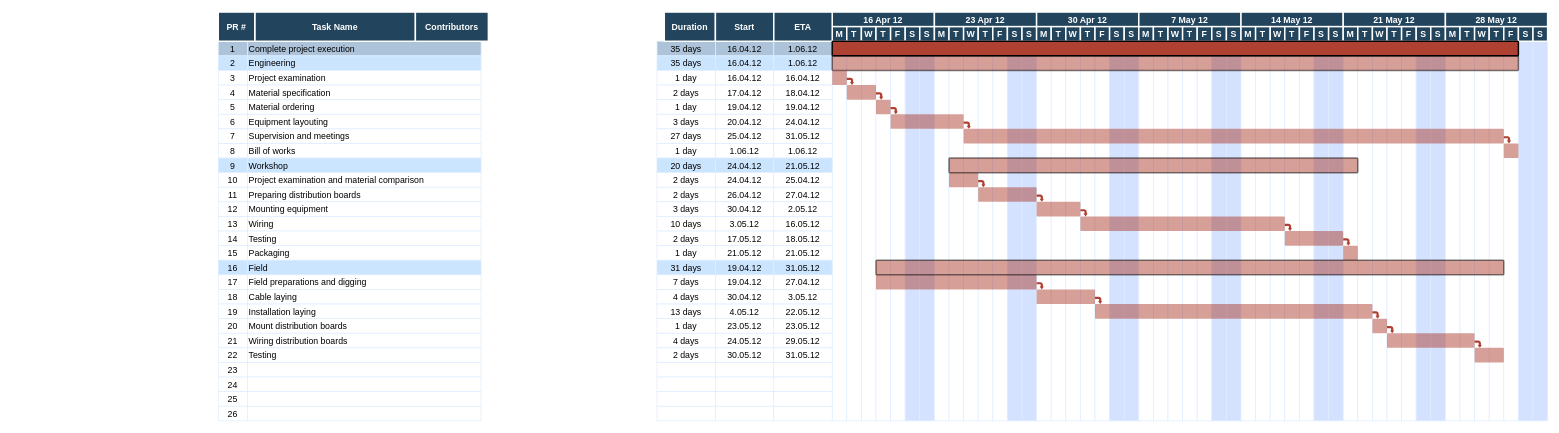
Before: diagrams/gantt/default.drawio in chris-ramon/design-doc-self-generator, a draw.io diagram. Source tidied: cells renumbered, new cells numbered last; positions are measured from the earlier drawing's top-left corner, leaving out a move shared by most shapes. Both pictures are drawn from the tidied source at 73%, with x=0, y=0 at pixel (218, 12).
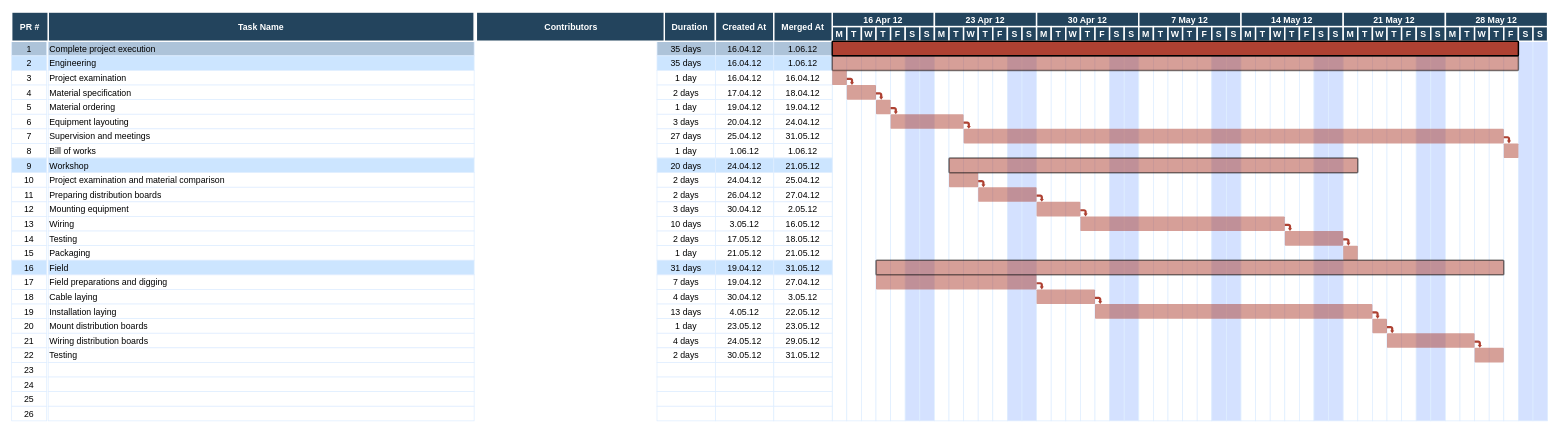
Above is the later version.

Commit message:
diagrams/gantt/default.drawio: updates template

The edit, as a diff of the source:
```diff
@@
     <mxCell id="2" value="1" style="strokeColor=#DEEDFF;fillColor=#ADC3D9;" parent="1" vertex="1">
-      <mxGeometry x="0.5" y="40" width="40" height="20" as="geometry" />
+      <mxGeometry x="-282.5" y="40" width="48" height="20" as="geometry" />
     </mxCell>
     <mxCell id="3" value="Complete project execution" style="align=left;strokeColor=#DEEDFF;fillColor=#ADC3D9;" parent="1" vertex="1">
-      <mxGeometry x="40.5" y="40" width="320" height="20" as="geometry" />
+      <mxGeometry x="-232.5" y="40" width="583.5" height="20" as="geometry" />
     </mxCell>
@@
     <mxCell id="8" value="2" style="strokeColor=#DEEDFF;fillColor=#CCE5FF;" parent="1" vertex="1">
-      <mxGeometry x="0.5" y="60" width="40" height="20" as="geometry" />
+      <mxGeometry x="-282.5" y="60" width="48" height="20" as="geometry" />
     </mxCell>
     <mxCell id="9" value="Engineering" style="align=left;strokeColor=#DEEDFF;fillColor=#CCE5FF;" parent="1" vertex="1">
-      <mxGeometry x="40.5" y="60" width="320" height="20" as="geometry" />
+      <mxGeometry x="-232.5" y="60" width="583.5" height="20" as="geometry" />
     </mxCell>
@@
     <mxCell id="13" value="3" style="strokeColor=#DEEDFF;" parent="1" vertex="1">
-      <mxGeometry x="0.5" y="80" width="40" height="20" as="geometry" />
+      <mxGeometry x="-282.5" y="80" width="48" height="20" as="geometry" />
     </mxCell>
     <mxCell id="14" value="Project examination" style="align=left;strokeColor=#DEEDFF;" parent="1" vertex="1">
-      <mxGeometry x="40.5" y="80" width="320" height="20" as="geometry" />
+      <mxGeometry x="-232.5" y="80" width="583.5" height="20" as="geometry" />
     </mxCell>
@@
     <mxCell id="18" value="4" style="strokeColor=#DEEDFF;" parent="1" vertex="1">
-      <mxGeometry x="0.5" y="100" width="40" height="20" as="geometry" />
+      <mxGeometry x="-282.5" y="100" width="48" height="20" as="geometry" />
     </mxCell>
     <mxCell id="19" value="Material specification" style="align=left;strokeColor=#DEEDFF;" parent="1" vertex="1">
-      <mxGeometry x="40.5" y="100" width="320" height="20" as="geometry" />
+      <mxGeometry x="-232.5" y="100" width="583.5" height="20" as="geometry" />
     </mxCell>
@@
     <mxCell id="23" value="5" style="strokeColor=#DEEDFF;" parent="1" vertex="1">
-      <mxGeometry x="0.5" y="120" width="40" height="20" as="geometry" />
+      <mxGeometry x="-282.5" y="120" width="48" height="20" as="geometry" />
     </mxCell>
     <mxCell id="24" value="Material ordering" style="align=left;strokeColor=#DEEDFF;" parent="1" vertex="1">
-      <mxGeometry x="40.5" y="120" width="320" height="20" as="geometry" />
+      <mxGeometry x="-232.5" y="120" width="583.5" height="20" as="geometry" />
     </mxCell>
@@
     <mxCell id="28" value="6" style="strokeColor=#DEEDFF;" parent="1" vertex="1">
-      <mxGeometry x="0.5" y="140" width="40" height="20" as="geometry" />
+      <mxGeometry x="-282.5" y="140" width="48" height="20" as="geometry" />
     </mxCell>
     <mxCell id="29" value="Equipment layouting" style="align=left;strokeColor=#DEEDFF;" parent="1" vertex="1">
-      <mxGeometry x="40.5" y="140" width="320" height="20" as="geometry" />
+      <mxGeometry x="-232.5" y="140" width="583.5" height="20" as="geometry" />
     </mxCell>
@@
     <mxCell id="33" value="7" style="strokeColor=#DEEDFF;" parent="1" vertex="1">
-      <mxGeometry x="0.5" y="160" width="40" height="20" as="geometry" />
+      <mxGeometry x="-282.5" y="160" width="48" height="20" as="geometry" />
     </mxCell>
     <mxCell id="34" value="Supervision and meetings" style="align=left;strokeColor=#DEEDFF;" parent="1" vertex="1">
-      <mxGeometry x="40.5" y="160" width="320" height="20" as="geometry" />
+      <mxGeometry x="-232.5" y="160" width="583.5" height="20" as="geometry" />
     </mxCell>
@@
     <mxCell id="38" value="8" style="strokeColor=#DEEDFF;" parent="1" vertex="1">
-      <mxGeometry x="0.5" y="180" width="40" height="20" as="geometry" />
+      <mxGeometry x="-282.5" y="180" width="48" height="20" as="geometry" />
     </mxCell>
     <mxCell id="39" value="Bill of works" style="align=left;strokeColor=#DEEDFF;" parent="1" vertex="1">
-      <mxGeometry x="40.5" y="180" width="320" height="20" as="geometry" />
+      <mxGeometry x="-232.5" y="180" width="583.5" height="20" as="geometry" />
     </mxCell>
@@
     <mxCell id="43" value="9" style="strokeColor=#DEEDFF;fillColor=#CCE5FF;" parent="1" vertex="1">
-      <mxGeometry x="0.5" y="200" width="40" height="20" as="geometry" />
+      <mxGeometry x="-282.5" y="200" width="48" height="20" as="geometry" />
     </mxCell>
     <mxCell id="44" value="Workshop" style="align=left;strokeColor=#DEEDFF;fillColor=#CCE5FF;" parent="1" vertex="1">
-      <mxGeometry x="40.5" y="200" width="320" height="20" as="geometry" />
+      <mxGeometry x="-232.5" y="200" width="583.5" height="20" as="geometry" />
     </mxCell>
@@
     <mxCell id="48" value="10" style="strokeColor=#DEEDFF;" parent="1" vertex="1">
-      <mxGeometry x="0.5" y="220" width="40" height="20" as="geometry" />
+      <mxGeometry x="-282.5" y="220" width="48" height="20" as="geometry" />
     </mxCell>
     <mxCell id="49" value="Project examination and material comparison" style="align=left;strokeColor=#DEEDFF;" parent="1" vertex="1">
-      <mxGeometry x="40.5" y="220" width="320" height="20" as="geometry" />
+      <mxGeometry x="-232.5" y="220" width="583.5" height="20" as="geometry" />
     </mxCell>
@@
     <mxCell id="53" value="11" style="strokeColor=#DEEDFF;" parent="1" vertex="1">
-      <mxGeometry x="0.5" y="240" width="40" height="20" as="geometry" />
+      <mxGeometry x="-282.5" y="240" width="48" height="20" as="geometry" />
     </mxCell>
     <mxCell id="54" value="Preparing distribution boards" style="align=left;strokeColor=#DEEDFF;" parent="1" vertex="1">
-      <mxGeometry x="40.5" y="240" width="320" height="20" as="geometry" />
+      <mxGeometry x="-232.5" y="240" width="583.5" height="20" as="geometry" />
     </mxCell>
@@
     <mxCell id="58" value="12" style="strokeColor=#DEEDFF;" parent="1" vertex="1">
-      <mxGeometry x="0.5" y="260" width="40" height="20" as="geometry" />
+      <mxGeometry x="-282.5" y="260" width="48" height="20" as="geometry" />
     </mxCell>
     <mxCell id="59" value="Mounting equipment" style="align=left;strokeColor=#DEEDFF;" parent="1" vertex="1">
-      <mxGeometry x="40.5" y="260" width="320" height="20" as="geometry" />
+      <mxGeometry x="-232.5" y="260" width="583.5" height="20" as="geometry" />
     </mxCell>
@@
     <mxCell id="63" value="13" style="strokeColor=#DEEDFF;" parent="1" vertex="1">
-      <mxGeometry x="0.5" y="280" width="40" height="20" as="geometry" />
+      <mxGeometry x="-282.5" y="280" width="48" height="20" as="geometry" />
     </mxCell>
     <mxCell id="64" value="Wiring" style="align=left;strokeColor=#DEEDFF;" parent="1" vertex="1">
-      <mxGeometry x="40.5" y="280" width="320" height="20" as="geometry" />
+      <mxGeometry x="-232.5" y="280" width="583.5" height="20" as="geometry" />
     </mxCell>
@@
     <mxCell id="68" value="14" style="strokeColor=#DEEDFF;" parent="1" vertex="1">
-      <mxGeometry x="0.5" y="300" width="40" height="20" as="geometry" />
+      <mxGeometry x="-282.5" y="300" width="48" height="20" as="geometry" />
     </mxCell>
     <mxCell id="69" value="Testing" style="align=left;strokeColor=#DEEDFF;" parent="1" vertex="1">
-      <mxGeometry x="40.5" y="300" width="320" height="20" as="geometry" />
+      <mxGeometry x="-232.5" y="300" width="583.5" height="20" as="geometry" />
     </mxCell>
@@
     <mxCell id="73" value="15" style="strokeColor=#DEEDFF;fillColor=#FFFFFF;" parent="1" vertex="1">
-      <mxGeometry x="0.5" y="320" width="40" height="20" as="geometry" />
+      <mxGeometry x="-282.5" y="320" width="48" height="20" as="geometry" />
     </mxCell>
     <mxCell id="74" value="Packaging" style="align=left;strokeColor=#DEEDFF;fillColor=#FFFFFF;" parent="1" vertex="1">
-      <mxGeometry x="40.5" y="320" width="320" height="20" as="geometry" />
+      <mxGeometry x="-232.5" y="320" width="583.5" height="20" as="geometry" />
     </mxCell>
@@
     <mxCell id="78" value="16" style="strokeColor=#DEEDFF;fillColor=#CCE5FF;" parent="1" vertex="1">
-      <mxGeometry x="0.5" y="340" width="40" height="20" as="geometry" />
+      <mxGeometry x="-282.5" y="340" width="48" height="20" as="geometry" />
     </mxCell>
     <mxCell id="79" value="Field" style="align=left;strokeColor=#DEEDFF;fillColor=#CCE5FF;" parent="1" vertex="1">
-      <mxGeometry x="40.5" y="340" width="320" height="20" as="geometry" />
+      <mxGeometry x="-232.5" y="340" width="583.5" height="20" as="geometry" />
     </mxCell>
@@
     <mxCell id="83" value="17" style="strokeColor=#DEEDFF;" parent="1" vertex="1">
-      <mxGeometry x="0.5" y="360" width="40" height="20" as="geometry" />
+      <mxGeometry x="-282.5" y="360" width="48" height="20" as="geometry" />
     </mxCell>
     <mxCell id="84" value="Field preparations and digging" style="align=left;strokeColor=#DEEDFF;" parent="1" vertex="1">
-      <mxGeometry x="40.5" y="360" width="320" height="20" as="geometry" />
+      <mxGeometry x="-232.5" y="360" width="583.5" height="20" as="geometry" />
     </mxCell>
@@
     <mxCell id="88" value="18" style="strokeColor=#DEEDFF;" parent="1" vertex="1">
-      <mxGeometry x="0.5" y="380" width="40" height="20" as="geometry" />
+      <mxGeometry x="-282.5" y="380" width="48" height="20" as="geometry" />
     </mxCell>
     <mxCell id="89" value="Cable laying" style="align=left;strokeColor=#DEEDFF;" parent="1" vertex="1">
-      <mxGeometry x="40.5" y="380" width="320" height="20" as="geometry" />
+      <mxGeometry x="-232.5" y="380" width="583.5" height="20" as="geometry" />
     </mxCell>
@@
     <mxCell id="93" value="19" style="strokeColor=#DEEDFF;" parent="1" vertex="1">
-      <mxGeometry x="0.5" y="400" width="40" height="20" as="geometry" />
+      <mxGeometry x="-282.5" y="400" width="48" height="20" as="geometry" />
     </mxCell>
     <mxCell id="94" value="Installation laying" style="align=left;strokeColor=#DEEDFF;" parent="1" vertex="1">
-      <mxGeometry x="40.5" y="400" width="320" height="20" as="geometry" />
+      <mxGeometry x="-232.5" y="400" width="583.5" height="20" as="geometry" />
     </mxCell>
@@
     <mxCell id="98" value="20" style="strokeColor=#DEEDFF;" parent="1" vertex="1">
-      <mxGeometry x="0.5" y="420" width="40" height="20" as="geometry" />
+      <mxGeometry x="-282.5" y="420" width="48" height="20" as="geometry" />
     </mxCell>
     <mxCell id="99" value="Mount distribution boards" style="align=left;strokeColor=#DEEDFF;" parent="1" vertex="1">
-      <mxGeometry x="40.5" y="420" width="320" height="20" as="geometry" />
+      <mxGeometry x="-232.5" y="420" width="583.5" height="20" as="geometry" />
     </mxCell>
@@
     <mxCell id="103" value="21" style="strokeColor=#DEEDFF;" parent="1" vertex="1">
-      <mxGeometry x="0.5" y="440" width="40" height="20" as="geometry" />
+      <mxGeometry x="-282.5" y="440" width="48" height="20" as="geometry" />
     </mxCell>
     <mxCell id="104" value="Wiring distribution boards" style="align=left;strokeColor=#DEEDFF;" parent="1" vertex="1">
-      <mxGeometry x="40.5" y="440" width="320" height="20" as="geometry" />
+      <mxGeometry x="-232.5" y="440" width="583.5" height="20" as="geometry" />
     </mxCell>
@@
     <mxCell id="108" value="22" style="strokeColor=#DEEDFF;" parent="1" vertex="1">
-      <mxGeometry x="0.5" y="460" width="40" height="20" as="geometry" />
+      <mxGeometry x="-282.5" y="460" width="48" height="20" as="geometry" />
     </mxCell>
     <mxCell id="109" value="Testing" style="align=left;strokeColor=#DEEDFF;" parent="1" vertex="1">
-      <mxGeometry x="40.5" y="460" width="320" height="20" as="geometry" />
+      <mxGeometry x="-232.5" y="460" width="583.5" height="20" as="geometry" />
     </mxCell>
@@
     <mxCell id="113" value="23" style="strokeColor=#DEEDFF;" parent="1" vertex="1">
-      <mxGeometry x="0.5" y="480" width="40" height="20" as="geometry" />
+      <mxGeometry x="-282.5" y="480" width="48" height="20" as="geometry" />
     </mxCell>
     <mxCell id="114" style="align=left;strokeColor=#DEEDFF;" parent="1" vertex="1">
-      <mxGeometry x="40.5" y="480" width="320" height="20" as="geometry" />
+      <mxGeometry x="-232.5" y="480" width="583.5" height="20" as="geometry" />
     </mxCell>
@@
     <mxCell id="118" value="24" style="strokeColor=#DEEDFF;" parent="1" vertex="1">
-      <mxGeometry x="0.5" y="500" width="40" height="20" as="geometry" />
+      <mxGeometry x="-282.5" y="500" width="48" height="20" as="geometry" />
     </mxCell>
     <mxCell id="119" style="align=left;strokeColor=#DEEDFF;" parent="1" vertex="1">
-      <mxGeometry x="40.5" y="500" width="320" height="20" as="geometry" />
+      <mxGeometry x="-232.5" y="500" width="583.5" height="20" as="geometry" />
     </mxCell>
@@
     <mxCell id="123" value="25" style="strokeColor=#DEEDFF;" parent="1" vertex="1">
-      <mxGeometry x="0.5" y="520" width="40" height="20" as="geometry" />
+      <mxGeometry x="-282.5" y="520" width="48" height="20" as="geometry" />
     </mxCell>
     <mxCell id="124" style="align=left;strokeColor=#DEEDFF;" parent="1" vertex="1">
-      <mxGeometry x="40.5" y="520" width="320" height="20" as="geometry" />
+      <mxGeometry x="-232.5" y="520" width="583.5" height="20" as="geometry" />
     </mxCell>
@@
     <mxCell id="128" value="26" style="strokeColor=#DEEDFF;" parent="1" vertex="1">
-      <mxGeometry x="0.5" y="540" width="40" height="20" as="geometry" />
+      <mxGeometry x="-282.5" y="540" width="48" height="20" as="geometry" />
     </mxCell>
     <mxCell id="129" style="align=left;strokeColor=#DEEDFF;" parent="1" vertex="1">
-      <mxGeometry x="40.5" y="540" width="320" height="20" as="geometry" />
+      <mxGeometry x="-232.5" y="540" width="583.5" height="20" as="geometry" />
     </mxCell>
@@
     <mxCell id="181" value="Task Name" style="fillColor=#23445D;strokeColor=#FFFFFF;strokeWidth=2;fontColor=#FFFFFF;fontStyle=1;" parent="1" vertex="1">
-      <mxGeometry x="50.5" width="220" height="40" as="geometry" />
+      <mxGeometry x="-232.5" width="583.5" height="40" as="geometry" />
     </mxCell>
     <mxCell id="182" value="PR #" style="fillColor=#23445D;strokeColor=#FFFFFF;strokeWidth=2;fontColor=#FFFFFF;fontStyle=1;" parent="1" vertex="1">
-      <mxGeometry x="0.5" width="50" height="40" as="geometry" />
+      <mxGeometry x="-282.5" width="50" height="40" as="geometry" />
     </mxCell>
@@
     <mxCell id="191" value="Contributors" style="fillColor=#23445D;strokeColor=#FFFFFF;strokeWidth=2;fontColor=#FFFFFF;fontStyle=1;" parent="1" vertex="1">
-      <mxGeometry x="270.5" width="100" height="40" as="geometry" />
+      <mxGeometry x="354" width="260" height="40" as="geometry" />
     </mxCell>
@@
-    <mxCell id="193" value="Start" style="fillColor=#23445D;strokeColor=#FFFFFF;strokeWidth=2;fontColor=#FFFFFF;fontStyle=1;" parent="1" vertex="1">
+    <mxCell id="193" value="Created At" style="fillColor=#23445D;strokeColor=#FFFFFF;strokeWidth=2;fontColor=#FFFFFF;fontStyle=1;" parent="1" vertex="1">
       <mxGeometry x="681.5" width="80" height="40" as="geometry" />
     </mxCell>
-    <mxCell id="194" value="ETA" style="fillColor=#23445D;strokeColor=#FFFFFF;strokeWidth=2;fontColor=#FFFFFF;fontStyle=1;" parent="1" vertex="1">
+    <mxCell id="194" value="Merged At" style="fillColor=#23445D;strokeColor=#FFFFFF;strokeWidth=2;fontColor=#FFFFFF;fontStyle=1;" parent="1" vertex="1">
       <mxGeometry x="761.5" width="80" height="40" as="geometry" />
     </mxCell>
```
